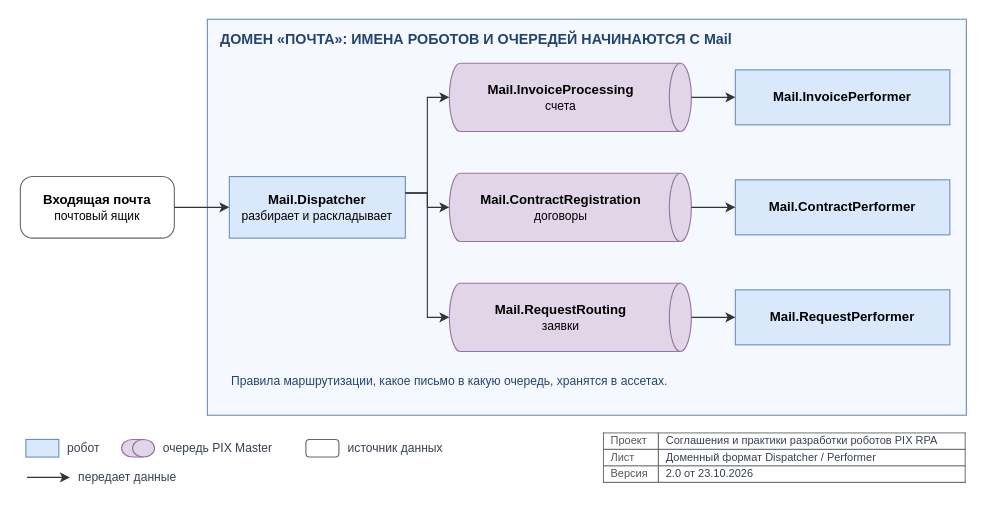
TheMrDJek/PixRpaDevelopmentConventions keeps this draw.io diagram as page "project / project-domain" (2 of 6) of images/diagrams.drawio. Above is the earlier version. Source tidied: cells renumbered, new cells numbered last; positions are measured from the earlier drawing's top-left corner, leaving out a move shared by most shapes. Both pictures are drawn from the tidied source at 110%, with x=0, y=0 at pixel (20, 19).
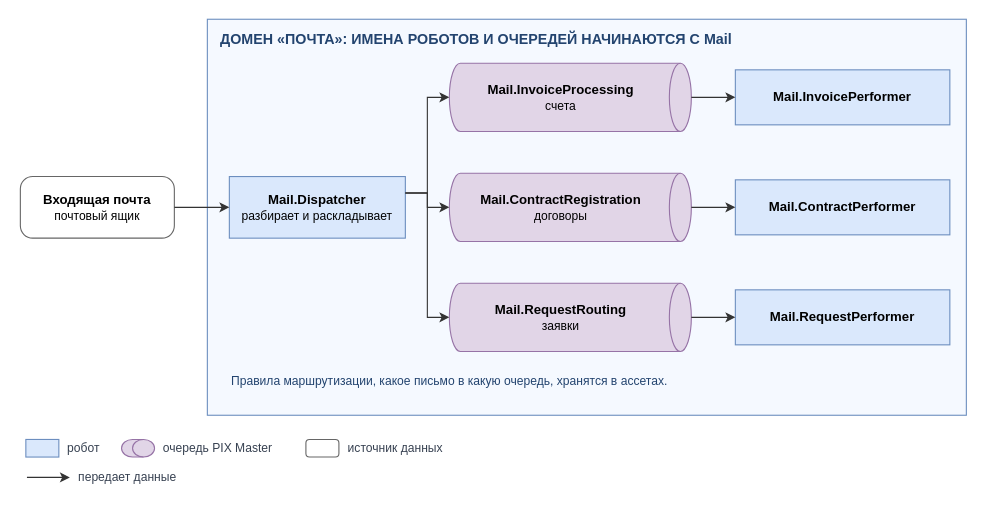
The same diagram, later.

What changed in the source:
```diff
@@
-    <mxCell id="29" value="&lt;table style=&quot;border-collapse:collapse;width:100%;font-size:10px&quot;&gt;&lt;tr&gt;&lt;td style=&quot;border:1px solid #666;padding:1px 6px;color:#555&quot;&gt;Проект&lt;/td&gt;&lt;td style=&quot;border:1px solid #666;padding:1px 6px&quot;&gt;Соглашения и практики разработки роботов PIX RPA&lt;/td&gt;&lt;/tr&gt;&lt;tr&gt;&lt;td style=&quot;border:1px solid #666;padding:1px 6px;color:#555&quot;&gt;Лист&lt;/td&gt;&lt;td style=&quot;border:1px solid #666;padding:1px 6px&quot;&gt;Доменный формат Dispatcher / Performer&lt;/td&gt;&lt;/tr&gt;&lt;tr&gt;&lt;td style=&quot;border:1px solid #666;padding:1px 6px;color:#555&quot;&gt;Версия&lt;/td&gt;&lt;td style=&quot;border:1px solid #666;padding:1px 6px&quot;&gt;2.0 от 23.10.2026&lt;/td&gt;&lt;/tr&gt;&lt;/table&gt;" style="text;strokeColor=none;fillColor=none;align=left;verticalAlign=middle;fontSize=12;fontColor=#374151;whiteSpace=wrap;html=1;fontFamily=Helvetica;verticalAlign=top;overflow=fill;" parent="1" vertex="1">
-      <mxGeometry x="530" y="376" width="330" height="54" as="geometry" />
-    </mxCell>
```
